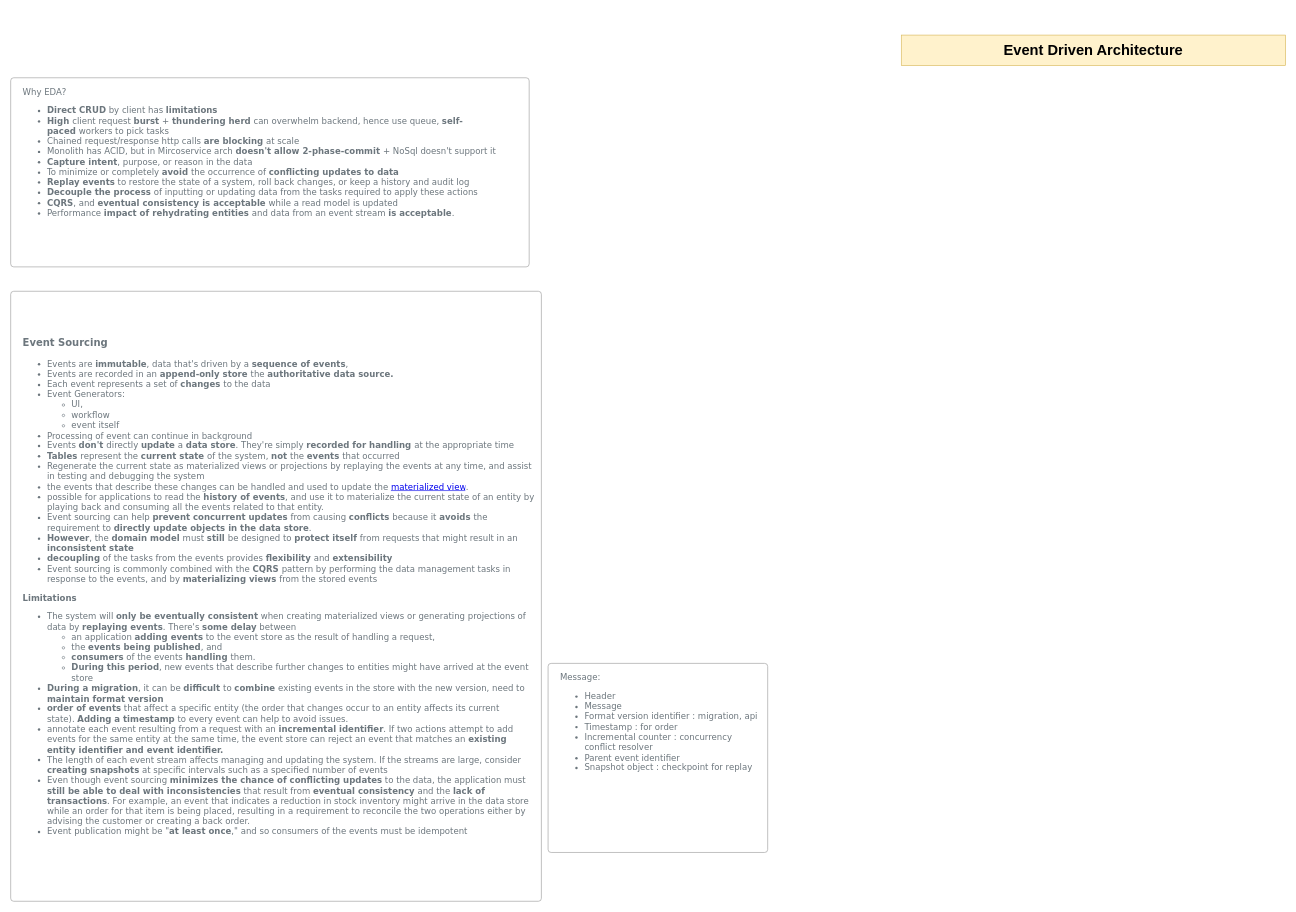
Before: page "EDA-Async" (3 of 3) of SysDiagram.drawio in hemant9899/ReactLearn, a draw.io diagram. Source tidied: cells renumbered, new cells numbered last; positions are measured from the earlier drawing's top-left corner, leaving out a move shared by most shapes. Both pictures are drawn from the tidied source at 61%, with x=0, y=0 at pixel (10, 35).
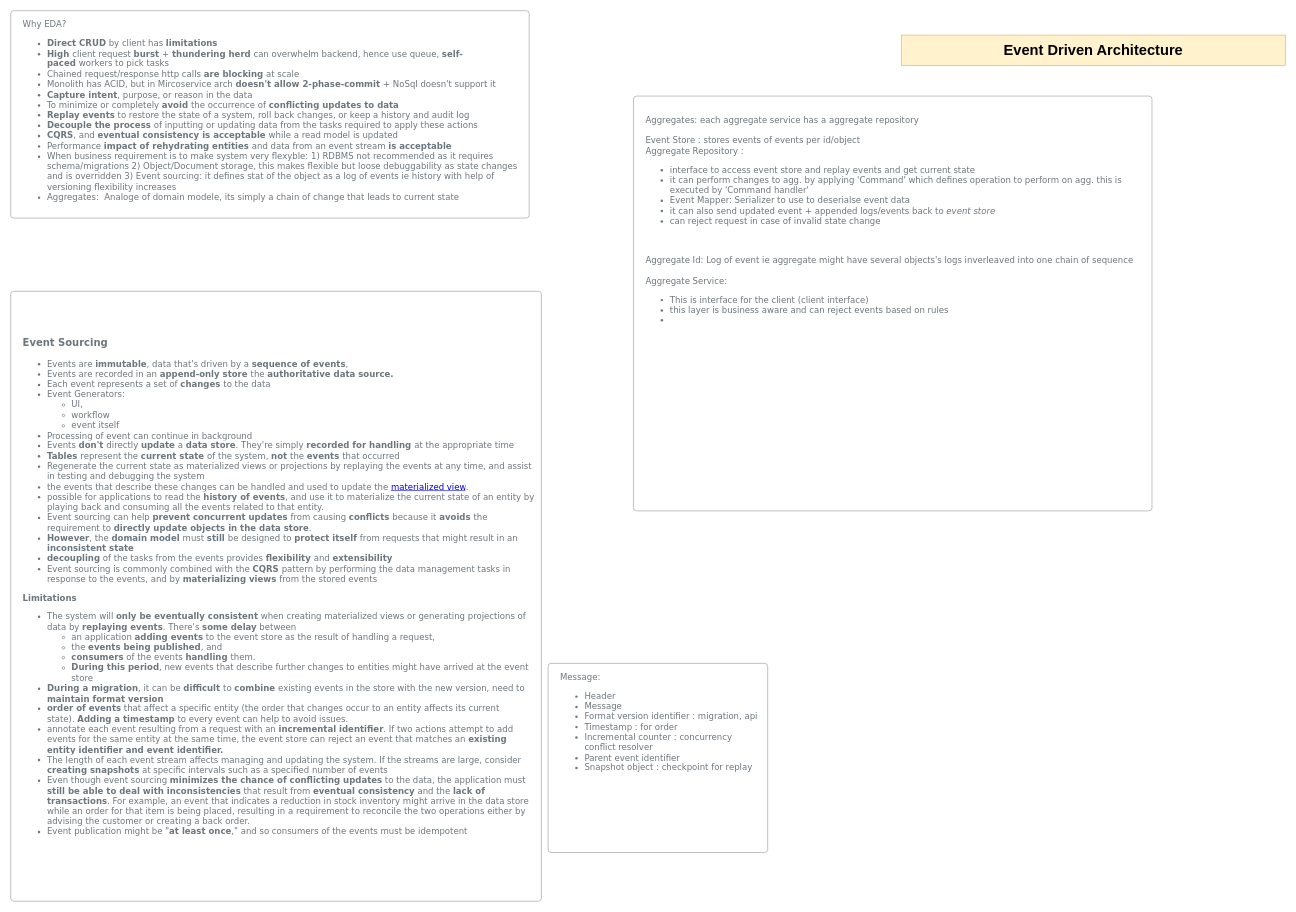
The same page after the edit.

The edit, as a diff of the source:
```diff
@@
 <mxGraphModel>
   <root>
     <mxCell id="0" />
     <mxCell id="1" parent="0" />
     <mxCell id="2" value="&lt;h1&gt;&lt;b&gt;Event Driven Architecture&lt;/b&gt;&lt;/h1&gt;" style="text;html=1;strokeColor=#d6b656;fillColor=#fff2cc;align=center;verticalAlign=middle;whiteSpace=wrap;rounded=0;" parent="1" vertex="1">
       <mxGeometry x="1460" width="630" height="50" as="geometry" />
     </mxCell>
-    <mxCell id="3" value="&lt;span style=&quot;font-size: 14px&quot;&gt;&lt;font style=&quot;font-size: 14px&quot;&gt;Why EDA?&lt;/font&gt;&lt;/span&gt;&lt;br style=&quot;font-size: 14px&quot;&gt;&lt;ul style=&quot;font-size: 14px&quot;&gt;&lt;li style=&quot;font-size: 14px&quot;&gt;&lt;b&gt;Direct CRUD&lt;/b&gt; by client has &lt;b&gt;limitations&lt;/b&gt;&lt;/li&gt;&lt;li&gt;&lt;b&gt;High&amp;nbsp;&lt;/b&gt;client request&amp;nbsp;&lt;b&gt;burst&amp;nbsp;&lt;/b&gt;+&amp;nbsp;&lt;b&gt;thundering herd&lt;/b&gt;&amp;nbsp;can overwhelm backend, hence use queue,&amp;nbsp;&lt;b&gt;self-paced&amp;nbsp;&lt;/b&gt;workers to pick tasks&lt;/li&gt;&lt;li style=&quot;font-size: 14px&quot;&gt;Chained request/response http calls &lt;b&gt;are blocking&lt;/b&gt; at scale&lt;/li&gt;&lt;li style=&quot;font-size: 14px&quot;&gt;Monolith has ACID, but in Mircoservice arch &lt;b&gt;doesn't allow 2-phase-commit &lt;/b&gt;+ NoSql doesn't support it&lt;/li&gt;&lt;li style=&quot;font-size: 14px&quot;&gt;&lt;b&gt;Capture intent&lt;/b&gt;&lt;span style=&quot;background-color: rgb(255 , 255 , 255)&quot;&gt;, purpose, or reason in the data&lt;/span&gt;&lt;br&gt;&lt;/li&gt;&lt;li style=&quot;font-size: 14px&quot;&gt;&lt;span style=&quot;font-size: 14px ; background-color: rgb(255 , 255 , 255)&quot;&gt;To minimize or completely &lt;b&gt;avoid &lt;/b&gt;the occurrence of &lt;b&gt;conflicting updates to data&lt;/b&gt;&lt;br style=&quot;font-size: 14px&quot;&gt;&lt;/span&gt;&lt;/li&gt;&lt;li style=&quot;font-size: 14px&quot;&gt;&lt;span style=&quot;font-size: 14px ; background-color: rgb(255 , 255 , 255)&quot;&gt;&lt;b&gt;Replay events&lt;/b&gt; to restore the state of a system, roll back changes, or keep a history and audit log&lt;br style=&quot;font-size: 14px&quot;&gt;&lt;/span&gt;&lt;/li&gt;&lt;li style=&quot;font-size: 14px&quot;&gt;&lt;span style=&quot;font-size: 14px ; background-color: rgb(255 , 255 , 255)&quot;&gt;&lt;b&gt;Decouple the process &lt;/b&gt;of inputting or updating data from the tasks required to apply these actions&lt;/span&gt;&lt;/li&gt;&lt;li style=&quot;font-size: 14px&quot;&gt;&lt;b&gt;CQRS&lt;/b&gt;, and &lt;b&gt;eventual consistency is acceptable &lt;/b&gt;while a read model is updated&lt;/li&gt;&lt;li style=&quot;font-size: 14px&quot;&gt;Performance &lt;b&gt;impact of rehydrating entities &lt;/b&gt;and data from an event stream &lt;b&gt;is acceptable&lt;/b&gt;.&lt;/li&gt;&lt;/ul&gt;" style="html=1;shadow=0;dashed=0;shape=mxgraph.bootstrap.rrect;rSize=5;strokeColor=#999999;strokeWidth=1;fillColor=#FFFFFF;whiteSpace=wrap;align=left;verticalAlign=top;spacingLeft=10;fontSize=14;spacing=10;fontFamily=Verdana;horizontal=1;fontColor=#6C767D;fontStyle=0;" parent="1" vertex="1">
-      <mxGeometry y="70" width="850" height="310" as="geometry" />
+    <mxCell id="3" value="&lt;span style=&quot;font-size: 14px&quot;&gt;&lt;font style=&quot;font-size: 14px&quot;&gt;Why EDA?&lt;/font&gt;&lt;/span&gt;&lt;br style=&quot;font-size: 14px&quot;&gt;&lt;ul style=&quot;font-size: 14px&quot;&gt;&lt;li style=&quot;font-size: 14px&quot;&gt;&lt;b&gt;Direct CRUD&lt;/b&gt; by client has &lt;b&gt;limitations&lt;/b&gt;&lt;/li&gt;&lt;li&gt;&lt;b&gt;High&amp;nbsp;&lt;/b&gt;client request&amp;nbsp;&lt;b&gt;burst&amp;nbsp;&lt;/b&gt;+&amp;nbsp;&lt;b&gt;thundering herd&lt;/b&gt;&amp;nbsp;can overwhelm backend, hence use queue,&amp;nbsp;&lt;b&gt;self-paced&amp;nbsp;&lt;/b&gt;workers to pick tasks&lt;/li&gt;&lt;li style=&quot;font-size: 14px&quot;&gt;Chained request/response http calls &lt;b&gt;are blocking&lt;/b&gt; at scale&lt;/li&gt;&lt;li style=&quot;font-size: 14px&quot;&gt;Monolith has ACID, but in Mircoservice arch &lt;b&gt;doesn't allow 2-phase-commit &lt;/b&gt;+ NoSql doesn't support it&lt;/li&gt;&lt;li style=&quot;font-size: 14px&quot;&gt;&lt;b&gt;Capture intent&lt;/b&gt;&lt;span style=&quot;background-color: rgb(255 , 255 , 255)&quot;&gt;, purpose, or reason in the data&lt;/span&gt;&lt;br&gt;&lt;/li&gt;&lt;li style=&quot;font-size: 14px&quot;&gt;&lt;span style=&quot;font-size: 14px ; background-color: rgb(255 , 255 , 255)&quot;&gt;To minimize or completely &lt;b&gt;avoid &lt;/b&gt;the occurrence of &lt;b&gt;conflicting updates to data&lt;/b&gt;&lt;br style=&quot;font-size: 14px&quot;&gt;&lt;/span&gt;&lt;/li&gt;&lt;li style=&quot;font-size: 14px&quot;&gt;&lt;span style=&quot;font-size: 14px ; background-color: rgb(255 , 255 , 255)&quot;&gt;&lt;b&gt;Replay events&lt;/b&gt; to restore the state of a system, roll back changes, or keep a history and audit log&lt;br style=&quot;font-size: 14px&quot;&gt;&lt;/span&gt;&lt;/li&gt;&lt;li style=&quot;font-size: 14px&quot;&gt;&lt;span style=&quot;font-size: 14px ; background-color: rgb(255 , 255 , 255)&quot;&gt;&lt;b&gt;Decouple the process &lt;/b&gt;of inputting or updating data from the tasks required to apply these actions&lt;/span&gt;&lt;/li&gt;&lt;li style=&quot;font-size: 14px&quot;&gt;&lt;b&gt;CQRS&lt;/b&gt;, and &lt;b&gt;eventual consistency is acceptable &lt;/b&gt;while a read model is updated&lt;/li&gt;&lt;li style=&quot;font-size: 14px&quot;&gt;Performance &lt;b&gt;impact of rehydrating entities &lt;/b&gt;and data from an event stream &lt;b&gt;is acceptable&lt;/b&gt;&lt;/li&gt;&lt;li style=&quot;font-size: 14px&quot;&gt;When business requirement is to make system very flexyble: 1) RDBMS not recommended as it requires schema/migrations 2) Object/Document storage, this makes flexible but loose debuggability as state changes and is overridden 3) Event sourcing: it defines stat of the object as a log of events ie history with help of versioning flexibility increases&amp;nbsp;&lt;/li&gt;&lt;li style=&quot;font-size: 14px&quot;&gt;Aggregates:&amp;nbsp; Analoge of domain modele, its simply a chain of change that leads to current state&lt;/li&gt;&lt;/ul&gt;" style="html=1;shadow=0;dashed=0;shape=mxgraph.bootstrap.rrect;rSize=5;strokeColor=#999999;strokeWidth=1;fillColor=#FFFFFF;whiteSpace=wrap;align=left;verticalAlign=top;spacingLeft=10;fontSize=14;spacing=10;fontFamily=Verdana;horizontal=1;fontColor=#6C767D;fontStyle=0;" parent="1" vertex="1">
+      <mxGeometry y="-40" width="850" height="340" as="geometry" />
     </mxCell>
     <mxCell id="4" value="&lt;h3&gt;Event Sourcing&lt;/h3&gt;&lt;ul&gt;&lt;li style=&quot;font-size: 14px&quot;&gt;&lt;span style=&quot;font-size: 14px ; background-color: rgb(255 , 255 , 255)&quot;&gt;Events are &lt;b&gt;immutable&lt;/b&gt;,&amp;nbsp;&lt;/span&gt;data that's driven by a &lt;b&gt;sequence of events&lt;/b&gt;,&amp;nbsp;&lt;/li&gt;&lt;li style=&quot;font-size: 14px&quot;&gt;Events are recorded in an &lt;b&gt;append-only store &lt;/b&gt;the &lt;b&gt;authoritative data source.&lt;/b&gt;&lt;/li&gt;&lt;li style=&quot;font-size: 14px&quot;&gt;&lt;span style=&quot;font-size: 14px ; background-color: rgb(255 , 255 , 255)&quot;&gt;Each event represents a set of &lt;b&gt;changes &lt;/b&gt;to the data&lt;/span&gt;&lt;/li&gt;&lt;li style=&quot;font-size: 14px&quot;&gt;&lt;span style=&quot;font-size: 14px ; background-color: rgb(255 , 255 , 255)&quot;&gt;Event Generators:&lt;/span&gt;&lt;/li&gt;&lt;ul style=&quot;font-size: 14px&quot;&gt;&lt;li style=&quot;font-size: 14px&quot;&gt;&lt;span style=&quot;font-size: 14px ; background-color: rgb(255 , 255 , 255)&quot;&gt;UI,&amp;nbsp;&lt;/span&gt;&lt;/li&gt;&lt;li style=&quot;font-size: 14px&quot;&gt;&lt;span style=&quot;font-size: 14px ; background-color: rgb(255 , 255 , 255)&quot;&gt;workflow&lt;/span&gt;&lt;/li&gt;&lt;li style=&quot;font-size: 14px&quot;&gt;&lt;span style=&quot;font-size: 14px ; background-color: rgb(255 , 255 , 255)&quot;&gt;event itself&lt;/span&gt;&lt;/li&gt;&lt;/ul&gt;&lt;li&gt;Processing of event can continue in background&lt;/li&gt;&lt;li style=&quot;font-size: 14px&quot;&gt;&lt;span style=&quot;font-size: 14px ; background-color: rgb(255 , 255 , 255)&quot;&gt;Events &lt;b&gt;don't &lt;/b&gt;directly &lt;b&gt;update &lt;/b&gt;a &lt;b&gt;data store&lt;/b&gt;. They're simply &lt;b&gt;recorded for handling &lt;/b&gt;at the appropriate time&lt;/span&gt;&lt;/li&gt;&lt;li style=&quot;font-size: 14px&quot;&gt;&lt;span style=&quot;font-size: 14px ; background-color: rgb(255 , 255 , 255)&quot;&gt;&lt;b&gt;Tables &lt;/b&gt;represent the &lt;b&gt;current state &lt;/b&gt;of the system, &lt;b&gt;not &lt;/b&gt;the &lt;b&gt;events &lt;/b&gt;that occurred&lt;/span&gt;&lt;span style=&quot;font-size: 14px ; background-color: rgb(255 , 255 , 255)&quot;&gt;&amp;nbsp;&lt;/span&gt;&lt;/li&gt;&lt;li style=&quot;font-size: 14px&quot;&gt;&lt;span style=&quot;font-size: 14px ; background-color: rgb(255 , 255 , 255)&quot;&gt;Regenerate the current state as materialized views or projections by replaying the events at any time, and assist in testing and debugging the system&lt;/span&gt;&lt;/li&gt;&lt;li style=&quot;font-size: 14px&quot;&gt;&lt;span style=&quot;font-size: 14px ; background-color: rgb(255 , 255 , 255)&quot;&gt;the events that describe these changes can be handled and used to update the&amp;nbsp;&lt;/span&gt;&lt;a href=&quot;https://docs.microsoft.com/en-us/azure/architecture/patterns/materialized-view&quot; style=&quot;box-sizing: inherit ; background-color: rgb(255 , 255 , 255) ; outline-color: inherit ; cursor: pointer ; overflow-wrap: break-word ; outline-width: 0px ; font-size: 14px&quot;&gt;materialized view&lt;/a&gt;&lt;span style=&quot;font-size: 14px ; background-color: rgb(255 , 255 , 255)&quot;&gt;.&lt;/span&gt;&lt;/li&gt;&lt;li style=&quot;font-size: 14px&quot;&gt;&lt;span style=&quot;font-size: 14px ; background-color: rgb(255 , 255 , 255)&quot;&gt;possible for applications to read the &lt;b&gt;history of events&lt;/b&gt;, and use it to materialize the current state of an entity by playing back and consuming all the events related to that entity.&lt;/span&gt;&lt;/li&gt;&lt;li style=&quot;font-size: 14px&quot;&gt;&lt;span style=&quot;font-size: 14px ; background-color: rgb(255 , 255 , 255)&quot;&gt;Event sourcing can help &lt;b&gt;prevent concurrent updates &lt;/b&gt;from causing &lt;b&gt;conflicts &lt;/b&gt;because it &lt;b&gt;avoids &lt;/b&gt;the requirement to &lt;b&gt;directly update objects in the data store&lt;/b&gt;.&amp;nbsp;&lt;/span&gt;&lt;/li&gt;&lt;li style=&quot;font-size: 14px&quot;&gt;&lt;span style=&quot;font-size: 14px ; background-color: rgb(255 , 255 , 255)&quot;&gt;&lt;b&gt;However&lt;/b&gt;, the &lt;b&gt;domain model &lt;/b&gt;must &lt;b&gt;still &lt;/b&gt;be designed to &lt;b&gt;protect itself &lt;/b&gt;from requests that might result in an &lt;b&gt;inconsistent state&lt;/b&gt;&lt;/span&gt;&lt;br style=&quot;font-size: 14px&quot;&gt;&lt;/li&gt;&lt;li style=&quot;font-size: 14px&quot;&gt;&lt;span style=&quot;font-size: 14px ; background-color: rgb(255 , 255 , 255)&quot;&gt;&lt;b&gt;decoupling&lt;/b&gt; of the tasks from the events provides &lt;b&gt;flexibility &lt;/b&gt;and &lt;b&gt;extensibility&lt;/b&gt;&lt;/span&gt;&lt;br style=&quot;font-size: 14px&quot;&gt;&lt;/li&gt;&lt;li style=&quot;font-size: 14px&quot;&gt;&lt;span style=&quot;font-size: 14px ; background-color: rgb(255 , 255 , 255)&quot;&gt;Event sourcing is commonly combined with the &lt;b&gt;CQRS &lt;/b&gt;pattern by performing the data management tasks in response to the events, and by &lt;b&gt;materializing views &lt;/b&gt;from the stored events&lt;br style=&quot;font-size: 14px&quot;&gt;&lt;/span&gt;&lt;/li&gt;&lt;/ul&gt;&lt;div style=&quot;font-size: 14px&quot;&gt;&lt;font style=&quot;font-size: 14px&quot;&gt;&lt;span style=&quot;font-size: 14px&quot;&gt;&lt;b&gt;Limitations&lt;/b&gt;&lt;/span&gt;&lt;/font&gt;&lt;/div&gt;&lt;div style=&quot;font-size: 14px&quot;&gt;&lt;ul style=&quot;font-size: 14px&quot;&gt;&lt;li style=&quot;font-size: 14px&quot;&gt;&lt;font style=&quot;font-size: 14px&quot;&gt;&lt;span style=&quot;font-size: 14px&quot;&gt;The system will &lt;b&gt;only be eventually consistent&lt;/b&gt; when creating materialized views or generating projections of data by &lt;b&gt;replaying events&lt;/b&gt;. There's &lt;b&gt;some delay&lt;/b&gt; between&amp;nbsp;&lt;/span&gt;&lt;/font&gt;&lt;/li&gt;&lt;ul&gt;&lt;li style=&quot;font-size: 14px&quot;&gt;&lt;font style=&quot;font-size: 14px&quot;&gt;&lt;span style=&quot;font-size: 14px&quot;&gt;an application &lt;b&gt;adding events&lt;/b&gt; to the event store as the result of handling a request,&amp;nbsp;&lt;/span&gt;&lt;/font&gt;&lt;/li&gt;&lt;li style=&quot;font-size: 14px&quot;&gt;&lt;font style=&quot;font-size: 14px&quot;&gt;&lt;span style=&quot;font-size: 14px&quot;&gt;the &lt;b&gt;events being published&lt;/b&gt;, and&amp;nbsp;&lt;/span&gt;&lt;/font&gt;&lt;/li&gt;&lt;li style=&quot;font-size: 14px&quot;&gt;&lt;font style=&quot;font-size: 14px&quot;&gt;&lt;span style=&quot;font-size: 14px&quot;&gt;&lt;b&gt;consumers&lt;/b&gt; of the events &lt;b&gt;handling &lt;/b&gt;them.&amp;nbsp;&lt;/span&gt;&lt;/font&gt;&lt;/li&gt;&lt;li style=&quot;font-size: 14px&quot;&gt;&lt;font style=&quot;font-size: 14px&quot;&gt;&lt;span style=&quot;font-size: 14px&quot;&gt;&lt;b&gt;During this period&lt;/b&gt;, new events that describe further changes to entities might have arrived at the event store&lt;/span&gt;&lt;/font&gt;&lt;/li&gt;&lt;/ul&gt;&lt;li style=&quot;font-size: 14px&quot;&gt;&lt;font style=&quot;font-size: 14px&quot;&gt;&lt;span style=&quot;font-size: 14px&quot;&gt;&lt;b&gt;During a migration&lt;/b&gt;, it can be &lt;b&gt;difficult &lt;/b&gt;to &lt;b&gt;combine &lt;/b&gt;existing events in the store with the new version, need to &lt;b&gt;maintain format version&lt;/b&gt;&lt;/span&gt;&lt;/font&gt;&lt;/li&gt;&lt;li style=&quot;font-size: 14px&quot;&gt;&lt;b&gt;order of events&lt;/b&gt; that affect a specific entity (the order that changes occur to an entity affects its current state).&amp;nbsp;&lt;b&gt;Adding a timestamp&lt;/b&gt;&lt;span&gt; to every event can help to avoid issues.&amp;nbsp;&lt;/span&gt;&lt;/li&gt;&lt;li style=&quot;font-size: 14px&quot;&gt;annotate each event resulting from a request with an &lt;b&gt;incremental identifier&lt;/b&gt;. If two actions attempt to add events for the same entity at the same time, the event store can reject an event that matches an &lt;b&gt;existing entity identifier and event identifier.&lt;/b&gt;&lt;/li&gt;&lt;li style=&quot;font-size: 14px&quot;&gt;&lt;div style=&quot;font-size: 14px&quot;&gt;&lt;span style=&quot;font-size: 14px ; background-color: rgb(255 , 255 , 255)&quot;&gt;The length of each event stream affects managing and updating the system. If the streams are large, consider &lt;b&gt;creating snapshots&lt;/b&gt; at specific intervals such as a specified number of events&lt;/span&gt;&lt;br style=&quot;font-size: 14px&quot;&gt;&lt;/div&gt;&lt;/li&gt;&lt;li style=&quot;font-size: 14px&quot;&gt;&lt;div style=&quot;font-size: 14px&quot;&gt;&lt;span style=&quot;font-size: 14px ; background-color: rgb(255 , 255 , 255)&quot;&gt;Even though event sourcing &lt;b&gt;minimizes the chance of conflicting updates&lt;/b&gt; to the data, the application must &lt;b&gt;still be able to deal with inconsistencies&lt;/b&gt; that result from &lt;b&gt;eventual consistency&lt;/b&gt; and the &lt;b&gt;lack of transactions&lt;/b&gt;. For example, an event that indicates a reduction in stock inventory might arrive in the data store while an order for that item is being placed, resulting in a requirement to reconcile the two operations either by advising the customer or creating a back order.&lt;br style=&quot;font-size: 14px&quot;&gt;&lt;/span&gt;&lt;/div&gt;&lt;/li&gt;&lt;li style=&quot;font-size: 14px&quot;&gt;&lt;div style=&quot;font-size: 14px&quot;&gt;&lt;span style=&quot;font-size: 14px ; background-color: rgb(255 , 255 , 255)&quot;&gt;&lt;span style=&quot;font-size: 14px&quot;&gt;Event publication might be &quot;&lt;b&gt;at least once&lt;/b&gt;,&quot; and so consumers of the events must be idempotent&lt;/span&gt;&lt;/span&gt;&lt;/div&gt;&lt;/li&gt;&lt;/ul&gt;&lt;/div&gt;&lt;div style=&quot;font-size: 14px&quot;&gt;&lt;font style=&quot;font-size: 14px&quot;&gt;&lt;span style=&quot;font-size: 14px&quot;&gt;&lt;br style=&quot;font-size: 14px&quot;&gt;&lt;/span&gt;&lt;/font&gt;&lt;/div&gt;&lt;div style=&quot;font-size: 14px&quot;&gt;&lt;font style=&quot;font-size: 14px&quot;&gt;&lt;span style=&quot;font-size: 14px&quot;&gt;&lt;br style=&quot;font-size: 14px&quot;&gt;&lt;/span&gt;&lt;/font&gt;&lt;/div&gt;" style="html=1;shadow=0;dashed=0;shape=mxgraph.bootstrap.rrect;rSize=5;strokeColor=#999999;strokeWidth=1;fillColor=#FFFFFF;whiteSpace=wrap;align=left;verticalAlign=middle;spacingLeft=10;fontSize=14;spacing=10;fontColor=#6C767D;fontStyle=0;fontFamily=Verdana;" parent="1" vertex="1">
       <mxGeometry y="420" width="870" height="1000" as="geometry" />
     </mxCell>
     <mxCell id="5" value="Message:&lt;br&gt;&lt;ul&gt;&lt;li&gt;Header&lt;/li&gt;&lt;li&gt;Message&lt;/li&gt;&lt;li&gt;Format version identifier : migration, api&lt;/li&gt;&lt;li&gt;Timestamp : for order&lt;/li&gt;&lt;li&gt;Incremental counter : concurrency conflict resolver&lt;/li&gt;&lt;li&gt;Parent event identifier&lt;/li&gt;&lt;li&gt;Snapshot object : checkpoint for replay&lt;/li&gt;&lt;/ul&gt;" style="html=1;shadow=0;dashed=0;shape=mxgraph.bootstrap.rrect;rSize=5;strokeColor=#999999;strokeWidth=1;fillColor=#FFFFFF;whiteSpace=wrap;align=left;verticalAlign=top;spacingLeft=10;fontSize=14;spacing=10;fontFamily=Verdana;horizontal=1;fontColor=#6C767D;fontStyle=0;" parent="1" vertex="1">
       <mxGeometry x="881" y="1030" width="360" height="310" as="geometry" />
     </mxCell>
+    <mxCell id="6" value="&lt;br&gt;Aggregates: each aggregate service has a aggregate repository&lt;br&gt;&lt;br&gt;Event Store : stores events of events per id/object&lt;br&gt;Aggregate Repository : &lt;br&gt;&lt;ul&gt;&lt;li&gt;interface to access event store and replay events and get current state&lt;/li&gt;&lt;li&gt;it can perform changes to agg. by applying 'Command' which defines operation to perform on agg. this is executed by 'Command handler'&lt;/li&gt;&lt;li&gt;Event Mapper: Serializer to use to deserialse event data&lt;/li&gt;&lt;li&gt;it can also send updated event + appended logs/events back to &lt;i&gt;event store&lt;/i&gt;&lt;/li&gt;&lt;li&gt;can reject request in case of invalid state change&lt;/li&gt;&lt;/ul&gt;&lt;br&gt;&lt;br&gt;Aggregate Id: Log of event ie aggregate might have several objects's logs inverleaved into one chain of sequence&lt;br&gt;&lt;br&gt;Aggregate Service:&lt;br&gt;&lt;ul&gt;&lt;li&gt;This is interface for the client (client interface)&lt;/li&gt;&lt;li&gt;this layer is business aware and can reject events based on rules&lt;/li&gt;&lt;li&gt;&lt;br&gt;&lt;/li&gt;&lt;/ul&gt;" style="html=1;shadow=0;dashed=0;shape=mxgraph.bootstrap.rrect;rSize=5;strokeColor=#999999;strokeWidth=1;fillColor=#FFFFFF;whiteSpace=wrap;align=left;verticalAlign=top;spacingLeft=10;fontSize=14;spacing=10;fontFamily=Verdana;horizontal=1;fontColor=#6C767D;fontStyle=0;" parent="1" vertex="1">
+      <mxGeometry x="1021" y="100" width="850" height="680" as="geometry" />
+    </mxCell>
   </root>
 </mxGraphModel>
```
